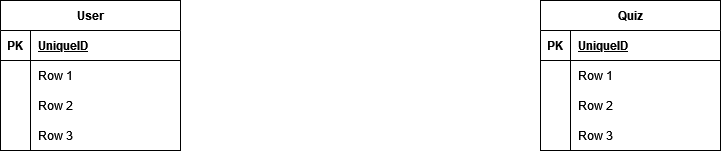
Earlier version of the draw.io export docs/DB schema.drawio.png (mikolaz27/quizez_2023). Source tidied: cells renumbered, new cells last; positions are measured from the earlier drawing's top-left corner, leaving out a move shared by most shapes.
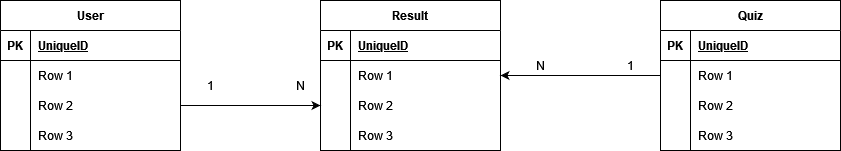
Later version of the same file.

Change to the diagram source:
```diff
@@ -3,7 +3,7 @@
     <mxCell id="0" />
     <mxCell id="1" parent="0" />
     <mxCell id="2" value="User" style="shape=table;startSize=30;rowLines=0;fontStyle=1;align=center;" parent="1" vertex="1">
-      <mxGeometry width="180" height="150" as="geometry" />
+      <mxGeometry x="-20" y="10" width="180" height="150" as="geometry" />
     </mxCell>
     <mxCell id="3" style="shape=tableRow;horizontal=0;startSize=0;swimlaneHead=0;swimlaneBody=0;fillColor=none;top=0;left=0;right=0;bottom=1;" parent="2" vertex="1">
       <mxGeometry y="30" width="180" height="30" as="geometry" />
@@ -42,7 +42,7 @@
       <mxGeometry x="30" width="150" height="30" as="geometry" />
     </mxCell>
     <mxCell id="15" value="Quiz" style="shape=table;startSize=30;rowLines=0;fontStyle=1;align=center;" parent="1" vertex="1">
-      <mxGeometry x="540" width="180" height="150" as="geometry" />
+      <mxGeometry x="640" y="10" width="180" height="150" as="geometry" />
     </mxCell>
     <mxCell id="16" style="shape=tableRow;horizontal=0;startSize=0;swimlaneHead=0;swimlaneBody=0;fillColor=none;top=0;left=0;right=0;bottom=1;" parent="15" vertex="1">
       <mxGeometry y="30" width="180" height="30" as="geometry" />
@@ -80,5 +80,62 @@
     <mxCell id="27" value="Row 3" style="shape=partialRectangle;fillColor=none;top=0;left=0;bottom=0;right=0;align=left;spacingLeft=6;overflow=hidden;" parent="25" vertex="1">
       <mxGeometry x="30" width="150" height="30" as="geometry" />
     </mxCell>
+    <mxCell id="28" value="Result" style="shape=table;startSize=30;rowLines=0;fontStyle=1;align=center;" parent="1" vertex="1">
+      <mxGeometry x="300" y="10" width="180" height="150" as="geometry" />
+    </mxCell>
+    <mxCell id="29" style="shape=tableRow;horizontal=0;startSize=0;swimlaneHead=0;swimlaneBody=0;fillColor=none;top=0;left=0;right=0;bottom=1;" parent="28" vertex="1">
+      <mxGeometry y="30" width="180" height="30" as="geometry" />
+    </mxCell>
+    <mxCell id="30" value="PK" style="shape=partialRectangle;fillColor=none;top=0;left=0;bottom=0;right=0;fontStyle=1;overflow=hidden;" parent="29" vertex="1">
+      <mxGeometry width="30" height="30" as="geometry" />
+    </mxCell>
+    <mxCell id="31" value="UniqueID" style="shape=partialRectangle;fillColor=none;top=0;left=0;bottom=0;right=0;align=left;spacingLeft=6;fontStyle=5;overflow=hidden;" parent="29" vertex="1">
+      <mxGeometry x="30" width="150" height="30" as="geometry" />
+    </mxCell>
+    <mxCell id="32" style="shape=tableRow;horizontal=0;startSize=0;swimlaneHead=0;swimlaneBody=0;fillColor=none;points=[[0,0.5],[1,0.5]];portConstraint=eastwest;top=0;left=0;right=0;bottom=0;" parent="28" vertex="1">
+      <mxGeometry y="60" width="180" height="30" as="geometry" />
+    </mxCell>
+    <mxCell id="33" style="shape=partialRectangle;fillColor=none;top=0;left=0;bottom=0;right=0;overflow=hidden;" parent="32" vertex="1">
+      <mxGeometry width="30" height="30" as="geometry" />
+    </mxCell>
+    <mxCell id="34" value="Row 1" style="shape=partialRectangle;fillColor=none;top=0;left=0;bottom=0;right=0;align=left;spacingLeft=6;overflow=hidden;" parent="32" vertex="1">
+      <mxGeometry x="30" width="150" height="30" as="geometry" />
+    </mxCell>
+    <mxCell id="35" style="shape=tableRow;horizontal=0;startSize=0;swimlaneHead=0;swimlaneBody=0;fillColor=none;points=[[0,0.5],[1,0.5]];portConstraint=eastwest;top=0;left=0;right=0;bottom=0;" parent="28" vertex="1">
+      <mxGeometry y="90" width="180" height="30" as="geometry" />
+    </mxCell>
+    <mxCell id="36" style="shape=partialRectangle;fillColor=none;top=0;left=0;bottom=0;right=0;overflow=hidden;" parent="35" vertex="1">
+      <mxGeometry width="30" height="30" as="geometry" />
+    </mxCell>
+    <mxCell id="37" value="Row 2" style="shape=partialRectangle;fillColor=none;top=0;left=0;bottom=0;right=0;align=left;spacingLeft=6;overflow=hidden;" parent="35" vertex="1">
+      <mxGeometry x="30" width="150" height="30" as="geometry" />
+    </mxCell>
+    <mxCell id="38" style="shape=tableRow;horizontal=0;startSize=0;swimlaneHead=0;swimlaneBody=0;fillColor=none;top=0;left=0;right=0;bottom=0;" parent="28" vertex="1">
+      <mxGeometry y="120" width="180" height="30" as="geometry" />
+    </mxCell>
+    <mxCell id="39" style="shape=partialRectangle;fillColor=none;top=0;left=0;bottom=0;right=0;overflow=hidden;" parent="38" vertex="1">
+      <mxGeometry width="30" height="30" as="geometry" />
+    </mxCell>
+    <mxCell id="40" value="Row 3" style="shape=partialRectangle;fillColor=none;top=0;left=0;bottom=0;right=0;align=left;spacingLeft=6;overflow=hidden;" parent="38" vertex="1">
+      <mxGeometry x="30" width="150" height="30" as="geometry" />
+    </mxCell>
+    <mxCell id="41" style="edgeStyle=orthogonalEdgeStyle;rounded=0;jettySize=auto;html=1;exitX=0;exitY=0.5;exitDx=0;exitDy=0;entryX=1;entryY=0.5;entryDx=0;entryDy=0;" parent="1" edge="1" source="19" target="32">
+      <mxGeometry relative="1" as="geometry" />
+    </mxCell>
+    <mxCell id="42" value="1" style="text;html=1;strokeColor=none;fillColor=none;align=center;verticalAlign=middle;whiteSpace=wrap;rounded=0;" parent="1" vertex="1">
+      <mxGeometry x="580" y="60" width="60" height="30" as="geometry" />
+    </mxCell>
+    <mxCell id="43" value="N" style="text;html=1;strokeColor=none;fillColor=none;align=center;verticalAlign=middle;whiteSpace=wrap;rounded=0;" parent="1" vertex="1">
+      <mxGeometry x="490" y="60" width="60" height="30" as="geometry" />
+    </mxCell>
+    <mxCell id="44" style="edgeStyle=orthogonalEdgeStyle;rounded=0;jettySize=auto;html=1;entryX=0;entryY=0.5;entryDx=0;entryDy=0;" parent="1" edge="1" source="9" target="35">
+      <mxGeometry relative="1" as="geometry" />
+    </mxCell>
+    <mxCell id="45" value="N" style="text;html=1;strokeColor=none;fillColor=none;align=center;verticalAlign=middle;whiteSpace=wrap;rounded=0;" parent="1" vertex="1">
+      <mxGeometry x="250" y="80" width="60" height="30" as="geometry" />
+    </mxCell>
+    <mxCell id="46" value="1" style="text;html=1;strokeColor=none;fillColor=none;align=center;verticalAlign=middle;whiteSpace=wrap;rounded=0;" parent="1" vertex="1">
+      <mxGeometry x="160" y="80" width="60" height="30" as="geometry" />
+    </mxCell>
   </root>
 </mxGraphModel>
```
